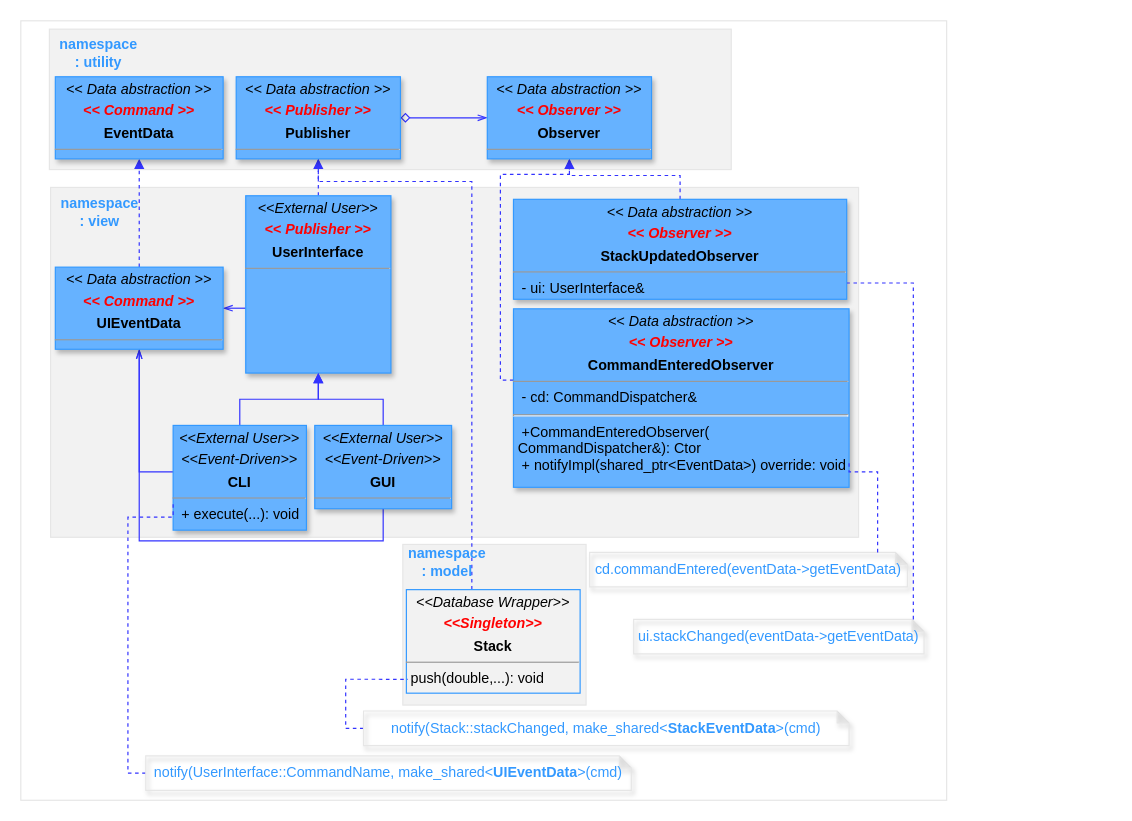
Above: page "User Interface Observers" (50 of 51) of Documents/Nimpo Caluclator UML.drawio in mrSchaffman/Cpp-Nimpo-Calculator (draw.io), before the change. Source tidied: cells renumbered, new cells numbered last; positions are measured from the earlier drawing's top-left corner, leaving out a move shared by most shapes. Both pictures are drawn from the tidied source at 119%, with x=0, y=0 at pixel (20, 20).
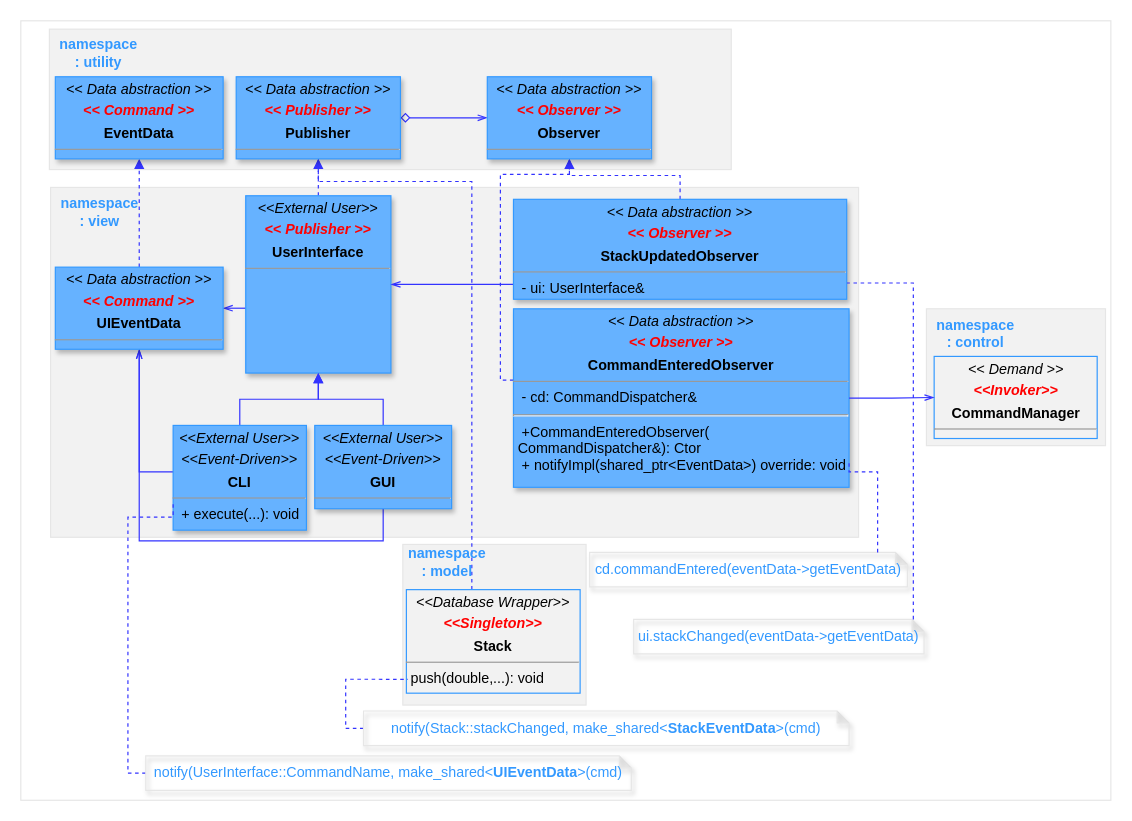
The same page after the edit.

Commit message (it also covers changes not shown here):
Nimpo: Technical requirement update

Unchanged cells that the change refers to:
```xml
<mxCell id="8" value="&lt;p style=&quot;margin:0px;margin-top:4px;text-align:center;&quot;&gt;&lt;i&gt;&amp;lt;&amp;lt;External User&amp;gt;&amp;gt;&lt;/i&gt;&lt;/p&gt;&lt;p style=&quot;margin:0px;margin-top:4px;text-align:center;&quot;&gt;&lt;i&gt;&lt;font color=&quot;#ff0000&quot;&gt;&lt;b&gt;&amp;lt;&amp;lt; Publisher &amp;gt;&amp;gt;&lt;/b&gt;&lt;/font&gt;&lt;/i&gt;&lt;/p&gt;&lt;p style=&quot;margin:0px;margin-top:4px;text-align:center;&quot;&gt;&lt;b&gt;UserInterface&lt;/b&gt;&lt;/p&gt;&lt;hr size=&quot;1&quot;&gt;&lt;p style=&quot;margin:0px;margin-left:4px;&quot;&gt;&lt;/p&gt;&lt;p style=&quot;margin:0px;margin-left:4px;&quot;&gt;&lt;br&gt;&lt;/p&gt;" style="verticalAlign=top;align=left;overflow=fill;fontSize=12;fontFamily=Helvetica;html=1;fillColor=#66B2FF;strokeColor=#3399FF;shadow=1;" parent="1" vertex="1">
  <mxGeometry x="189" y="147" width="122" height="149" as="geometry" />
</mxCell>
<mxCell id="20" value="&lt;p style=&quot;margin:0px;margin-top:4px;text-align:center;&quot;&gt;&lt;i&gt;&amp;lt;&amp;lt; Data abstraction &amp;gt;&amp;gt;&lt;/i&gt;&lt;/p&gt;&lt;p style=&quot;margin:0px;margin-top:4px;text-align:center;&quot;&gt;&lt;i&gt;&lt;font color=&quot;#ff0000&quot;&gt;&lt;b&gt;&amp;lt;&amp;lt; Observer &amp;gt;&amp;gt;&lt;/b&gt;&lt;/font&gt;&lt;/i&gt;&lt;/p&gt;&lt;p style=&quot;margin:0px;margin-top:4px;text-align:center;&quot;&gt;&lt;b&gt;CommandEnteredObserver&lt;/b&gt;&lt;/p&gt;&lt;hr size=&quot;1&quot;&gt;&lt;p style=&quot;margin:0px;margin-left:4px;&quot;&gt;&lt;/p&gt;&lt;p style=&quot;margin:0px;margin-left:4px;&quot;&gt;&amp;nbsp;- cd: CommandDispatcher&amp;amp;&lt;/p&gt;&lt;hr&gt;&lt;p style=&quot;margin:0px;margin-left:4px;&quot;&gt;&amp;nbsp;+CommandEnteredObserver(&lt;/p&gt;&lt;p style=&quot;margin:0px;margin-left:4px;&quot;&gt;CommandDispatcher&amp;amp;): Ctor&lt;/p&gt;&lt;p style=&quot;margin:0px;margin-left:4px;&quot;&gt;&amp;nbsp;+ notifyImpl(shared_ptr&amp;lt;EventData&amp;gt;) override: void&lt;/p&gt;" style="verticalAlign=top;align=left;overflow=fill;fontSize=12;fontFamily=Helvetica;html=1;fillColor=#66B2FF;strokeColor=#3399FF;shadow=1;" parent="1" vertex="1">
  <mxGeometry x="414" y="242" width="282" height="150" as="geometry" />
</mxCell>
<mxCell id="22" value="&lt;p style=&quot;margin:0px;margin-top:4px;text-align:center;&quot;&gt;&lt;i&gt;&amp;lt;&amp;lt; Data abstraction &amp;gt;&amp;gt;&lt;/i&gt;&lt;/p&gt;&lt;p style=&quot;margin:0px;margin-top:4px;text-align:center;&quot;&gt;&lt;i&gt;&lt;font color=&quot;#ff0000&quot;&gt;&lt;b&gt;&amp;lt;&amp;lt; Observer &amp;gt;&amp;gt;&lt;/b&gt;&lt;/font&gt;&lt;/i&gt;&lt;/p&gt;&lt;p style=&quot;margin:0px;margin-top:4px;text-align:center;&quot;&gt;&lt;b&gt;StackUpdatedObserver&lt;/b&gt;&lt;/p&gt;&lt;hr size=&quot;1&quot;&gt;&lt;p style=&quot;margin:0px;margin-left:4px;&quot;&gt;&lt;/p&gt;&lt;p style=&quot;margin:0px;margin-left:4px;&quot;&gt;&amp;nbsp;- ui: UserInterface&amp;amp;&lt;/p&gt;" style="verticalAlign=top;align=left;overflow=fill;fontSize=12;fontFamily=Helvetica;html=1;fillColor=#66B2FF;strokeColor=#3399FF;shadow=1;" parent="1" vertex="1">
  <mxGeometry x="414" y="150" width="280" height="84" as="geometry" />
</mxCell>
```

What changed in the source:
```diff
@@
     <mxCell id="2" style="rounded=0;whiteSpace=wrap;html=1;fontColor=#007FFF;strokeColor=#E6E6E6;fillColor=none;" parent="1" vertex="1">
-      <mxGeometry width="778" height="655" as="geometry" />
+      <mxGeometry width="916" height="655" as="geometry" />
     </mxCell>
@@
+    <mxCell id="38" style="edgeStyle=orthogonalEdgeStyle;rounded=0;jettySize=auto;html=1;entryX=1;entryY=0.5;entryDx=0;entryDy=0;fontColor=#FF0000;startArrow=none;startFill=0;endArrow=openThin;endFill=0;targetPerimeterSpacing=6;strokeColor=#3333FF;" parent="1" edge="1" source="22" target="8">
+      <mxGeometry relative="1" as="geometry">
+        <Array as="points">
+          <mxPoint x="363" y="222" />
+        </Array>
+      </mxGeometry>
+    </mxCell>
@@
+    <mxCell id="39" style="rounded=0;whiteSpace=wrap;html=1;fontColor=#007FFF;strokeColor=#E6E6E6;fillColor=#F2F2F2;" parent="1" vertex="1">
+      <mxGeometry x="761" y="242" width="150.5" height="115" as="geometry" />
+    </mxCell>
+    <mxCell id="40" value="&lt;p style=&quot;margin:0px;margin-top:4px;text-align:center;&quot;&gt;&lt;i&gt;&amp;lt;&amp;lt; Demand &amp;gt;&amp;gt;&lt;/i&gt;&lt;/p&gt;&lt;p style=&quot;margin:0px;margin-top:4px;text-align:center;&quot;&gt;&lt;i&gt;&lt;font color=&quot;#ff0000&quot;&gt;&lt;b&gt;&amp;lt;&amp;lt;Invoker&amp;gt;&amp;gt;&lt;/b&gt;&lt;/font&gt;&lt;/i&gt;&lt;/p&gt;&lt;p style=&quot;margin:0px;margin-top:4px;text-align:center;&quot;&gt;&lt;b&gt;CommandManager&lt;/b&gt;&lt;/p&gt;&lt;hr size=&quot;1&quot;&gt;&lt;p style=&quot;margin:0px;margin-left:4px;&quot;&gt;&lt;/p&gt;&lt;p style=&quot;margin:0px;margin-left:4px;&quot;&gt;&lt;br&gt;&lt;/p&gt;" style="verticalAlign=top;align=left;overflow=fill;fontSize=12;fontFamily=Helvetica;html=1;fillColor=none;strokeColor=#3399FF;shadow=0;" parent="1" vertex="1">
+      <mxGeometry x="767.5" y="282" width="137" height="69" as="geometry" />
+    </mxCell>
+    <mxCell id="41" value="&lt;b&gt;&lt;font color=&quot;#3399ff&quot;&gt;namespace&lt;br&gt;:&amp;nbsp;control&lt;/font&gt;&lt;/b&gt;" style="text;html=1;align=center;verticalAlign=middle;strokeColor=none;fillColor=none;fontColor=#FF0000;" parent="1" vertex="1">
+      <mxGeometry x="761" y="242" width="82" height="41" as="geometry" />
+    </mxCell>
+    <mxCell id="42" style="edgeStyle=orthogonalEdgeStyle;rounded=0;jettySize=auto;html=1;entryX=0;entryY=0.5;entryDx=0;entryDy=0;fontColor=#FF0000;startArrow=none;startFill=0;endArrow=openThin;endFill=0;targetPerimeterSpacing=6;strokeColor=#3333FF;" parent="1" edge="1" source="20" target="40">
+      <mxGeometry relative="1" as="geometry" />
+    </mxCell>
```
